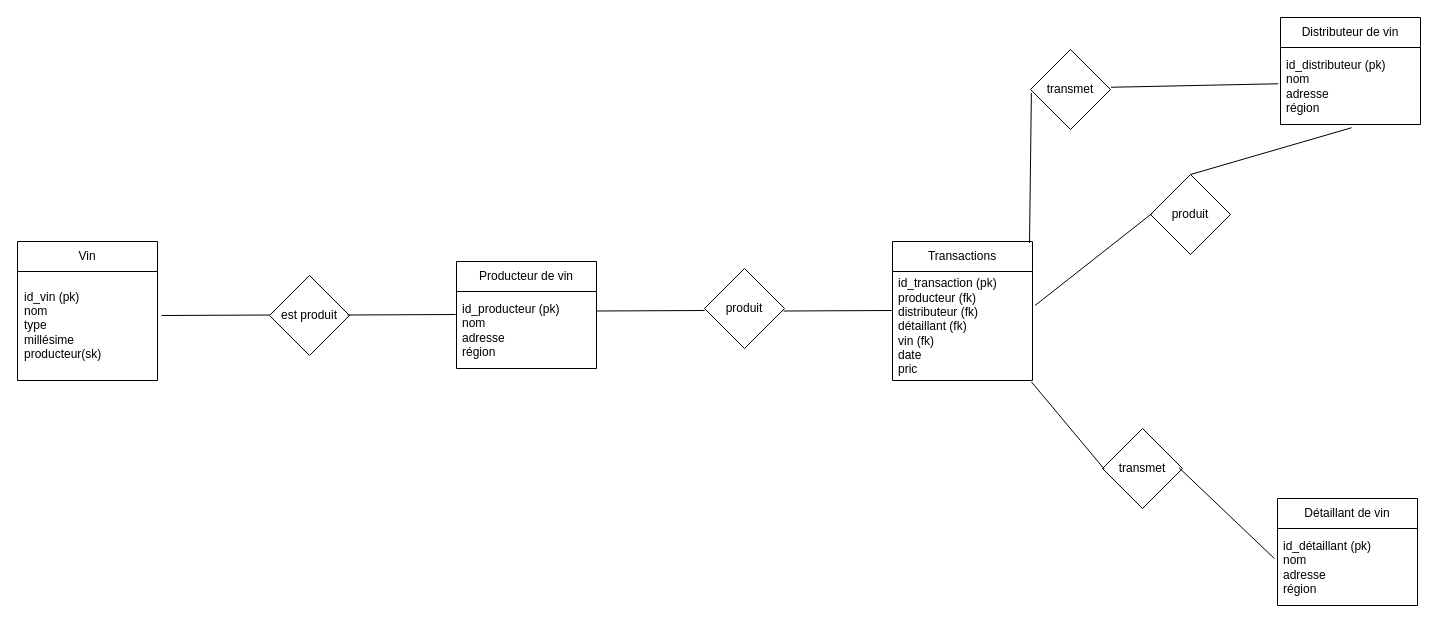
Before: doc/Conception.drawio in hamoncode/gestionVinQC, a draw.io diagram. Source tidied: cells renumbered, new cells numbered last; positions are measured from the earlier drawing's top-left corner, leaving out a move shared by most shapes. Both pictures are drawn from the tidied source at 100%, with x=0, y=0 at pixel (17, 17).
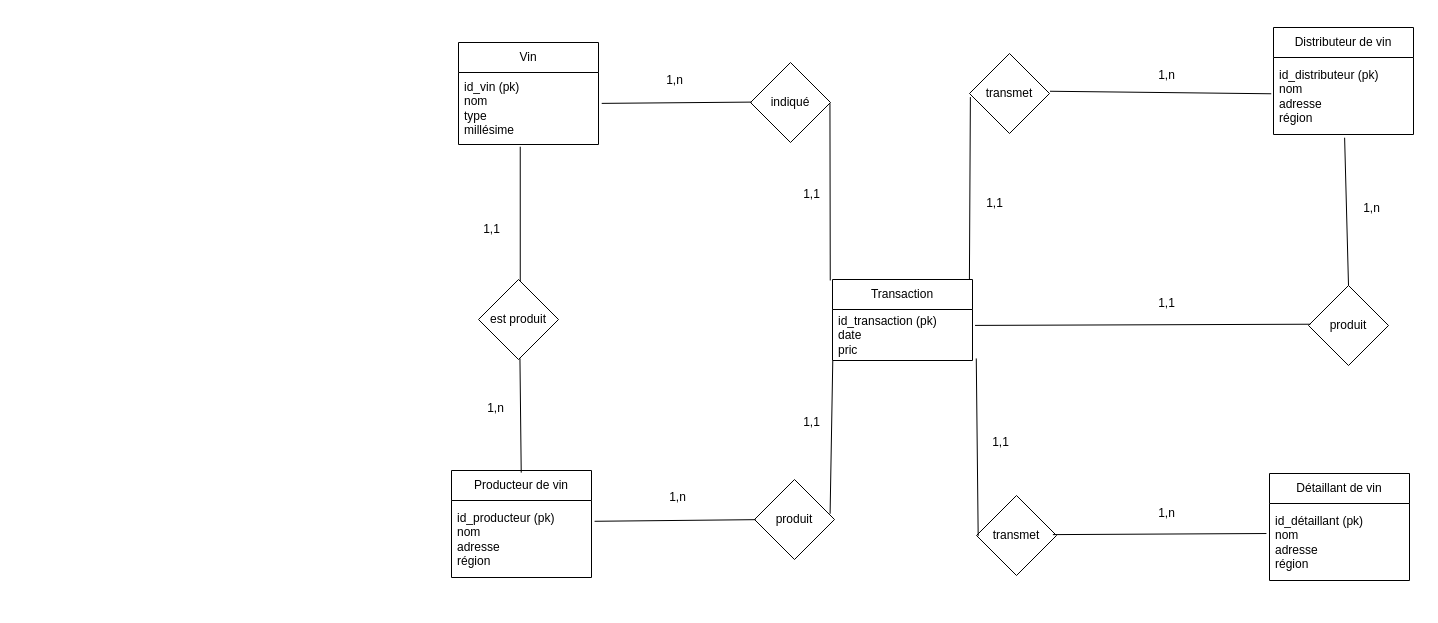
The same diagram, later.

The change refers to these unchanged cells:
```xml
<mxCell id="3" value="id_producteur (pk)&lt;br&gt;nom&lt;br&gt;adresse&amp;nbsp;&lt;br&gt;région" style="text;strokeColor=none;fillColor=none;align=left;verticalAlign=middle;spacingLeft=4;spacingRight=4;overflow=hidden;points=[[0,0.5],[1,0.5]];portConstraint=eastwest;whiteSpace=wrap;html=1;" parent="2" vertex="1">
  <mxGeometry y="30" width="140" height="77" as="geometry" />
</mxCell>
```

Change to the diagram source:
```diff
@@
     <mxCell id="2" value="Producteur de vin" style="swimlane;fontStyle=0;horizontal=1;startSize=30;whiteSpace=wrap;html=1;" parent="1" vertex="1">
-      <mxGeometry x="439" y="244" width="140" height="107" as="geometry" />
+      <mxGeometry x="434" y="453" width="140" height="107" as="geometry" />
     </mxCell>
@@
     <mxCell id="4" value="Distributeur de vin" style="swimlane;fontStyle=0;horizontal=1;startSize=30;whiteSpace=wrap;html=1;" parent="1" vertex="1">
-      <mxGeometry x="1263" width="140" height="107" as="geometry" />
+      <mxGeometry x="1256" y="10" width="140" height="107" as="geometry" />
     </mxCell>
@@
     <mxCell id="6" value="Détaillant de vin" style="swimlane;fontStyle=0;horizontal=1;startSize=30;whiteSpace=wrap;html=1;" parent="1" vertex="1">
-      <mxGeometry x="1260" y="481" width="140" height="107" as="geometry" />
+      <mxGeometry x="1252" y="456" width="140" height="107" as="geometry" />
     </mxCell>
@@
-    <mxCell id="8" value="Transactions" style="swimlane;fontStyle=0;horizontal=1;startSize=30;whiteSpace=wrap;html=1;" parent="1" vertex="1">
-      <mxGeometry x="875" y="224" width="140" height="139" as="geometry" />
+    <mxCell id="8" value="Transaction" style="swimlane;fontStyle=0;horizontal=1;startSize=30;whiteSpace=wrap;html=1;" parent="1" vertex="1">
+      <mxGeometry x="815" y="262" width="140" height="81" as="geometry" />
     </mxCell>
-    <mxCell id="9" value="id_transaction (pk)&lt;br&gt;producteur (fk)&lt;br&gt;distributeur (fk)&lt;br&gt;détaillant (fk)&lt;br&gt;vin (fk)&lt;br&gt;date&lt;br&gt;pric" style="text;strokeColor=none;fillColor=none;align=left;verticalAlign=middle;spacingLeft=4;spacingRight=4;overflow=hidden;points=[[0,0.5],[1,0.5]];portConstraint=eastwest;whiteSpace=wrap;html=1;" parent="8" vertex="1">
-      <mxGeometry y="30" width="140" height="109" as="geometry" />
+    <mxCell id="9" value="id_transaction (pk)&lt;br&gt;date&lt;br&gt;pric" style="text;strokeColor=none;fillColor=none;align=left;verticalAlign=middle;spacingLeft=4;spacingRight=4;overflow=hidden;points=[[0,0.5],[1,0.5]];portConstraint=eastwest;whiteSpace=wrap;html=1;" parent="8" vertex="1">
+      <mxGeometry y="30" width="140" height="51" as="geometry" />
     </mxCell>
     <mxCell id="10" value="Vin" style="swimlane;fontStyle=0;horizontal=1;startSize=30;whiteSpace=wrap;html=1;" parent="1" vertex="1">
-      <mxGeometry y="224" width="140" height="139" as="geometry" />
+      <mxGeometry x="441" y="25" width="140" height="102" as="geometry" />
     </mxCell>
+    <mxCell id="15" value="id_vin (pk)&lt;br&gt;nom&amp;nbsp;&lt;br&gt;type&lt;br&gt;millésime" style="text;strokeColor=none;fillColor=none;align=left;verticalAlign=middle;spacingLeft=4;spacingRight=4;overflow=hidden;points=[[0,0.5],[1,0.5]];portConstraint=eastwest;whiteSpace=wrap;html=1;" parent="10" vertex="1">
+      <mxGeometry y="30" width="140" height="72" as="geometry" />
+    </mxCell>
     <mxCell id="11" value="est produit" style="rhombus;whiteSpace=wrap;html=1;" parent="1" vertex="1">
-      <mxGeometry x="252" y="258" width="80" height="80" as="geometry" />
+      <mxGeometry x="461" y="262" width="80" height="80" as="geometry" />
     </mxCell>
     <mxCell id="12" value="produit" style="rhombus;whiteSpace=wrap;html=1;" parent="1" vertex="1">
-      <mxGeometry x="687" y="251" width="80" height="80" as="geometry" />
+      <mxGeometry x="737" y="462" width="80" height="80" as="geometry" />
     </mxCell>
     <mxCell id="13" value="transmet" style="rhombus;whiteSpace=wrap;html=1;" parent="1" vertex="1">
-      <mxGeometry x="1013" y="32" width="80" height="80" as="geometry" />
+      <mxGeometry x="952" y="36" width="80" height="80" as="geometry" />
     </mxCell>
     <mxCell id="14" value="transmet" style="rhombus;whiteSpace=wrap;html=1;" parent="1" vertex="1">
-      <mxGeometry x="1085" y="411" width="80" height="80" as="geometry" />
+      <mxGeometry x="959" y="478" width="80" height="80" as="geometry" />
     </mxCell>
-    <mxCell id="15" value="id_vin (pk)&lt;br&gt;nom&amp;nbsp;&lt;br&gt;type&lt;br&gt;millésime&lt;br&gt;producteur(sk)" style="text;strokeColor=none;fillColor=none;align=left;verticalAlign=middle;spacingLeft=4;spacingRight=4;overflow=hidden;points=[[0,0.5],[1,0.5]];portConstraint=eastwest;whiteSpace=wrap;html=1;" parent="1" vertex="1">
-      <mxGeometry x="1" y="253" width="140" height="109" as="geometry" />
-    </mxCell>
-    <mxCell id="16" style="endArrow=none;html=1;entryX=0.003;entryY=0.494;entryDx=0;entryDy=0;entryPerimeter=0;" parent="1" edge="1" target="11">
-      <mxGeometry relative="1" as="geometry">
-        <mxPoint x="144" y="298" as="sourcePoint" />
-      </mxGeometry>
+    <mxCell id="16" style="endArrow=none;html=1;entryX=0.522;entryY=0.019;entryDx=0;entryDy=0;entryPerimeter=0;exitX=0.441;exitY=1.031;exitDx=0;exitDy=0;exitPerimeter=0;" parent="1" edge="1" source="15" target="11">
+      <mxGeometry relative="1" as="geometry" />
     </mxCell>
-    <mxCell id="17" style="endArrow=none;html=1;entryX=0.003;entryY=0.494;entryDx=0;entryDy=0;entryPerimeter=0;" parent="1" edge="1">
-      <mxGeometry relative="1" as="geometry">
-        <mxPoint x="330" y="297.5" as="sourcePoint" />
-        <mxPoint x="438.2" y="297" as="targetPoint" />
-      </mxGeometry>
+    <mxCell id="17" style="endArrow=none;html=1;entryX=0.498;entryY=0.02;entryDx=0;entryDy=0;entryPerimeter=0;exitX=0.518;exitY=0.986;exitDx=0;exitDy=0;exitPerimeter=0;" parent="1" edge="1" source="11" target="2">
+      <mxGeometry relative="1" as="geometry" />
     </mxCell>
-    <mxCell id="18" style="endArrow=none;html=1;entryX=0.003;entryY=0.494;entryDx=0;entryDy=0;entryPerimeter=0;" parent="1" edge="1">
-      <mxGeometry relative="1" as="geometry">
-        <mxPoint x="579" y="293.5" as="sourcePoint" />
-        <mxPoint x="687.2" y="293" as="targetPoint" />
-      </mxGeometry>
+    <mxCell id="18" style="endArrow=none;html=1;entryX=0.015;entryY=0.502;entryDx=0;entryDy=0;entryPerimeter=0;exitX=1.022;exitY=0.27;exitDx=0;exitDy=0;exitPerimeter=0;" parent="1" edge="1" source="3" target="12">
+      <mxGeometry relative="1" as="geometry" />
     </mxCell>
-    <mxCell id="19" style="endArrow=none;html=1;entryX=0.003;entryY=0.494;entryDx=0;entryDy=0;entryPerimeter=0;" parent="1" edge="1">
-      <mxGeometry relative="1" as="geometry">
-        <mxPoint x="766" y="293.5" as="sourcePoint" />
-        <mxPoint x="874.2" y="293" as="targetPoint" />
-      </mxGeometry>
+    <mxCell id="19" style="endArrow=none;html=1;exitX=0.945;exitY=0.428;exitDx=0;exitDy=0;exitPerimeter=0;entryX=0.002;entryY=1.006;entryDx=0;entryDy=0;entryPerimeter=0;" parent="1" edge="1" source="12" target="9">
+      <mxGeometry relative="1" as="geometry" />
     </mxCell>
-    <mxCell id="20" style="endArrow=none;html=1;entryX=0.011;entryY=0.545;entryDx=0;entryDy=0;entryPerimeter=0;" parent="1" edge="1" target="13">
-      <mxGeometry relative="1" as="geometry">
-        <mxPoint x="1012" y="225.5" as="sourcePoint" />
-      </mxGeometry>
+    <mxCell id="20" style="endArrow=none;html=1;entryX=0.011;entryY=0.545;entryDx=0;entryDy=0;entryPerimeter=0;exitX=0.978;exitY=-0.002;exitDx=0;exitDy=0;exitPerimeter=0;" parent="1" edge="1" source="8" target="13">
+      <mxGeometry relative="1" as="geometry" />
     </mxCell>
@@
-    <mxCell id="22" style="endArrow=none;html=1;entryX=0.021;entryY=0.506;entryDx=0;entryDy=0;entryPerimeter=0;" parent="1" edge="1" target="14">
-      <mxGeometry relative="1" as="geometry">
-        <mxPoint x="1014" y="364.5" as="sourcePoint" />
-      </mxGeometry>
+    <mxCell id="22" style="endArrow=none;html=1;entryX=0.021;entryY=0.506;entryDx=0;entryDy=0;entryPerimeter=0;exitX=1.027;exitY=0.96;exitDx=0;exitDy=0;exitPerimeter=0;" parent="1" edge="1" source="9" target="14">
+      <mxGeometry relative="1" as="geometry" />
     </mxCell>
@@
     <mxCell id="24" value="produit" style="rhombus;whiteSpace=wrap;html=1;" parent="1" vertex="1">
-      <mxGeometry x="1133" y="157" width="80" height="80" as="geometry" />
+      <mxGeometry x="1291" y="268" width="80" height="80" as="geometry" />
     </mxCell>
@@
+    <mxCell id="27" value="1,1" style="text;html=1;align=center;verticalAlign=middle;strokeColor=none;fillColor=none;" parent="1" vertex="1">
+      <mxGeometry x="456" y="199" width="35" height="26" as="geometry" />
+    </mxCell>
+    <mxCell id="28" value="1,n" style="text;html=1;align=center;verticalAlign=middle;strokeColor=none;fillColor=none;" parent="1" vertex="1">
+      <mxGeometry x="460" y="378" width="35" height="26" as="geometry" />
+    </mxCell>
+    <mxCell id="29" value="1,n" style="text;html=1;align=center;verticalAlign=middle;strokeColor=none;fillColor=none;" parent="1" vertex="1">
+      <mxGeometry x="642" y="467" width="35" height="26" as="geometry" />
+    </mxCell>
+    <mxCell id="30" value="1,1" style="text;html=1;align=center;verticalAlign=middle;strokeColor=none;fillColor=none;" parent="1" vertex="1">
+      <mxGeometry x="776" y="392" width="35" height="26" as="geometry" />
+    </mxCell>
+    <mxCell id="31" value="1,1" style="text;html=1;align=center;verticalAlign=middle;strokeColor=none;fillColor=none;" parent="1" vertex="1">
+      <mxGeometry x="959" y="173" width="35" height="26" as="geometry" />
+    </mxCell>
+    <mxCell id="32" value="1,n" style="text;html=1;align=center;verticalAlign=middle;strokeColor=none;fillColor=none;" parent="1" vertex="1">
+      <mxGeometry x="1131" y="45" width="35" height="26" as="geometry" />
+    </mxCell>
+    <mxCell id="33" value="1,n" style="text;html=1;align=center;verticalAlign=middle;strokeColor=none;fillColor=none;" parent="1" vertex="1">
+      <mxGeometry x="1336" y="178" width="35" height="26" as="geometry" />
+    </mxCell>
+    <mxCell id="34" value="1,1" style="text;html=1;align=center;verticalAlign=middle;strokeColor=none;fillColor=none;" parent="1" vertex="1">
+      <mxGeometry x="1131" y="273" width="35" height="26" as="geometry" />
+    </mxCell>
+    <mxCell id="35" value="1,1" style="text;html=1;align=center;verticalAlign=middle;strokeColor=none;fillColor=none;" parent="1" vertex="1">
+      <mxGeometry x="965" y="412" width="35" height="26" as="geometry" />
+    </mxCell>
+    <mxCell id="36" value="1,n" style="text;html=1;align=center;verticalAlign=middle;strokeColor=none;fillColor=none;" parent="1" vertex="1">
+      <mxGeometry x="1131" y="483" width="35" height="26" as="geometry" />
+    </mxCell>
+    <mxCell id="37" value="indiqué" style="rhombus;whiteSpace=wrap;html=1;" parent="1" vertex="1">
+      <mxGeometry x="733" y="45" width="80" height="80" as="geometry" />
+    </mxCell>
+    <mxCell id="38" style="endArrow=none;html=1;entryX=0.016;entryY=0.495;entryDx=0;entryDy=0;entryPerimeter=0;exitX=1.023;exitY=0.429;exitDx=0;exitDy=0;exitPerimeter=0;" parent="1" edge="1" source="15" target="37">
+      <mxGeometry relative="1" as="geometry" />
+    </mxCell>
+    <mxCell id="39" style="endArrow=none;html=1;entryX=-0.016;entryY=0.012;entryDx=0;entryDy=0;entryPerimeter=0;exitX=0.993;exitY=0.509;exitDx=0;exitDy=0;exitPerimeter=0;" parent="1" edge="1" source="37" target="8">
+      <mxGeometry relative="1" as="geometry" />
+    </mxCell>
+    <mxCell id="40" value="1,n" style="text;html=1;align=center;verticalAlign=middle;strokeColor=none;fillColor=none;" parent="1" vertex="1">
+      <mxGeometry x="639" y="50" width="35" height="26" as="geometry" />
+    </mxCell>
+    <mxCell id="41" value="1,1" style="text;html=1;align=center;verticalAlign=middle;strokeColor=none;fillColor=none;" parent="1" vertex="1">
+      <mxGeometry x="776" y="164" width="35" height="26" as="geometry" />
+    </mxCell>
```
